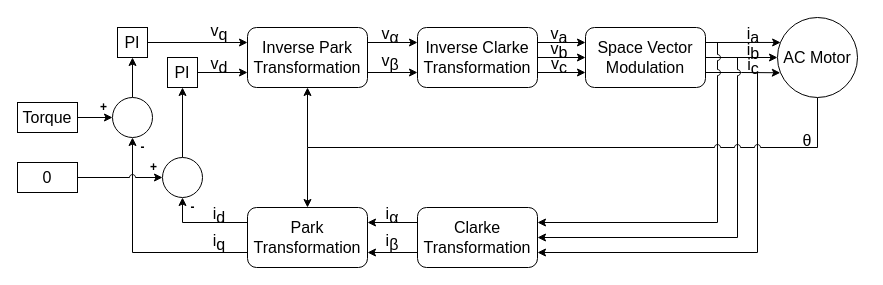
Earlier version of the draw.io diagram Overview/FieldOrientedControl.drawio (SR-Madsen/ElectricGoKart). Source tidied: cells renumbered, new cells numbered last; positions are measured from the earlier drawing's top-left corner, leaving out a move shared by most shapes. Both pictures are drawn from the tidied source at 100%, with x=0, y=0 at pixel (17, 17).
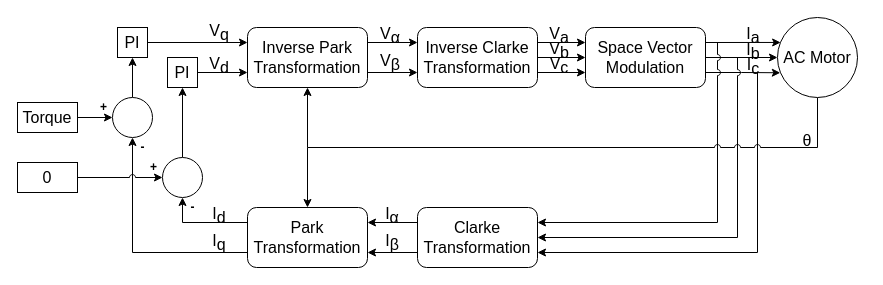
Above is the later version.

Change to the diagram source:
```diff
@@
-    <mxCell id="22" value="v&lt;sub style=&quot;font-size: 16px;&quot;&gt;α&lt;/sub&gt;" style="text;html=1;strokeColor=none;fillColor=none;align=center;verticalAlign=middle;whiteSpace=wrap;rounded=0;fontSize=16;" parent="1" vertex="1">
+    <mxCell id="22" value="V&lt;sub style=&quot;font-size: 16px&quot;&gt;α&lt;/sub&gt;" style="text;html=1;strokeColor=none;fillColor=none;align=center;verticalAlign=middle;whiteSpace=wrap;rounded=0;fontSize=16;" parent="1" vertex="1">
       <mxGeometry x="353" y="13" width="40" height="10" as="geometry" />
     </mxCell>
@@
-    <mxCell id="42" value="v&lt;sub style=&quot;font-size: 16px;&quot;&gt;β&lt;/sub&gt;" style="text;html=1;strokeColor=none;fillColor=none;align=center;verticalAlign=middle;whiteSpace=wrap;rounded=0;fontSize=16;" parent="1" vertex="1">
+    <mxCell id="42" value="V&lt;sub style=&quot;font-size: 16px&quot;&gt;β&lt;/sub&gt;" style="text;html=1;strokeColor=none;fillColor=none;align=center;verticalAlign=middle;whiteSpace=wrap;rounded=0;fontSize=16;" parent="1" vertex="1">
       <mxGeometry x="353" y="40" width="40" height="10" as="geometry" />
     </mxCell>
-    <mxCell id="43" value="v&lt;sub style=&quot;font-size: 16px;&quot;&gt;a&lt;/sub&gt;" style="text;html=1;strokeColor=none;fillColor=none;align=center;verticalAlign=middle;whiteSpace=wrap;rounded=0;fontSize=16;" parent="1" vertex="1">
+    <mxCell id="43" value="V&lt;sub style=&quot;font-size: 16px&quot;&gt;a&lt;/sub&gt;" style="text;html=1;strokeColor=none;fillColor=none;align=center;verticalAlign=middle;whiteSpace=wrap;rounded=0;fontSize=16;" parent="1" vertex="1">
       <mxGeometry x="522" y="13" width="40" height="10" as="geometry" />
     </mxCell>
-    <mxCell id="44" value="v&lt;sub style=&quot;font-size: 16px;&quot;&gt;b&lt;/sub&gt;" style="text;html=1;strokeColor=none;fillColor=none;align=center;verticalAlign=middle;whiteSpace=wrap;rounded=0;fontSize=16;" parent="1" vertex="1">
+    <mxCell id="44" value="V&lt;sub style=&quot;font-size: 16px&quot;&gt;b&lt;/sub&gt;" style="text;html=1;strokeColor=none;fillColor=none;align=center;verticalAlign=middle;whiteSpace=wrap;rounded=0;fontSize=16;" parent="1" vertex="1">
       <mxGeometry x="522" y="28" width="40" height="10" as="geometry" />
     </mxCell>
-    <mxCell id="45" value="v&lt;sub style=&quot;font-size: 16px;&quot;&gt;c&lt;/sub&gt;" style="text;html=1;strokeColor=none;fillColor=none;align=center;verticalAlign=middle;whiteSpace=wrap;rounded=0;fontSize=16;" parent="1" vertex="1">
+    <mxCell id="45" value="V&lt;sub style=&quot;font-size: 16px&quot;&gt;c&lt;/sub&gt;" style="text;html=1;strokeColor=none;fillColor=none;align=center;verticalAlign=middle;whiteSpace=wrap;rounded=0;fontSize=16;" parent="1" vertex="1">
       <mxGeometry x="522" y="43" width="40" height="10" as="geometry" />
     </mxCell>
-    <mxCell id="46" value="v&lt;sub style=&quot;font-size: 16px;&quot;&gt;d&lt;/sub&gt;" style="text;html=1;strokeColor=none;fillColor=none;align=center;verticalAlign=middle;whiteSpace=wrap;rounded=0;fontSize=16;" parent="1" vertex="1">
+    <mxCell id="46" value="V&lt;sub style=&quot;font-size: 16px&quot;&gt;d&lt;/sub&gt;" style="text;html=1;strokeColor=none;fillColor=none;align=center;verticalAlign=middle;whiteSpace=wrap;rounded=0;fontSize=16;" parent="1" vertex="1">
       <mxGeometry x="182" y="43" width="40" height="10" as="geometry" />
     </mxCell>
-    <mxCell id="47" value="v&lt;sub style=&quot;font-size: 16px;&quot;&gt;q&lt;/sub&gt;" style="text;html=1;strokeColor=none;fillColor=none;align=center;verticalAlign=middle;whiteSpace=wrap;rounded=0;fontSize=16;" parent="1" vertex="1">
+    <mxCell id="47" value="V&lt;sub style=&quot;font-size: 16px&quot;&gt;q&lt;/sub&gt;" style="text;html=1;strokeColor=none;fillColor=none;align=center;verticalAlign=middle;whiteSpace=wrap;rounded=0;fontSize=16;" parent="1" vertex="1">
       <mxGeometry x="182" y="10" width="40" height="10" as="geometry" />
     </mxCell>
@@
-    <mxCell id="49" value="i&lt;sub style=&quot;font-size: 16px;&quot;&gt;a&lt;/sub&gt;" style="text;html=1;strokeColor=none;fillColor=none;align=center;verticalAlign=middle;whiteSpace=wrap;rounded=0;fontSize=16;" parent="1" vertex="1">
+    <mxCell id="49" value="I&lt;sub style=&quot;font-size: 16px&quot;&gt;a&lt;/sub&gt;" style="text;html=1;strokeColor=none;fillColor=none;align=center;verticalAlign=middle;whiteSpace=wrap;rounded=0;fontSize=16;" parent="1" vertex="1">
       <mxGeometry x="716" y="13" width="40" height="10" as="geometry" />
     </mxCell>
-    <mxCell id="50" value="i&lt;sub style=&quot;font-size: 16px;&quot;&gt;b&lt;/sub&gt;" style="text;html=1;strokeColor=none;fillColor=none;align=center;verticalAlign=middle;whiteSpace=wrap;rounded=0;fontSize=16;" parent="1" vertex="1">
+    <mxCell id="50" value="I&lt;sub style=&quot;font-size: 16px&quot;&gt;b&lt;/sub&gt;" style="text;html=1;strokeColor=none;fillColor=none;align=center;verticalAlign=middle;whiteSpace=wrap;rounded=0;fontSize=16;" parent="1" vertex="1">
       <mxGeometry x="716" y="29" width="40" height="10" as="geometry" />
     </mxCell>
-    <mxCell id="51" value="i&lt;sub style=&quot;font-size: 16px;&quot;&gt;c&lt;/sub&gt;" style="text;html=1;strokeColor=none;fillColor=none;align=center;verticalAlign=middle;whiteSpace=wrap;rounded=0;fontSize=16;" parent="1" vertex="1">
+    <mxCell id="51" value="I&lt;sub style=&quot;font-size: 16px&quot;&gt;c&lt;/sub&gt;" style="text;html=1;strokeColor=none;fillColor=none;align=center;verticalAlign=middle;whiteSpace=wrap;rounded=0;fontSize=16;" parent="1" vertex="1">
       <mxGeometry x="716" y="44" width="40" height="10" as="geometry" />
     </mxCell>
-    <mxCell id="52" value="i&lt;sub style=&quot;font-size: 16px;&quot;&gt;α&lt;/sub&gt;" style="text;html=1;strokeColor=none;fillColor=none;align=center;verticalAlign=middle;whiteSpace=wrap;rounded=0;fontSize=16;" parent="1" vertex="1">
+    <mxCell id="52" value="I&lt;sub style=&quot;font-size: 16px&quot;&gt;α&lt;/sub&gt;" style="text;html=1;strokeColor=none;fillColor=none;align=center;verticalAlign=middle;whiteSpace=wrap;rounded=0;fontSize=16;" parent="1" vertex="1">
       <mxGeometry x="355" y="193" width="40" height="10" as="geometry" />
     </mxCell>
-    <mxCell id="53" value="i&lt;sub style=&quot;font-size: 16px;&quot;&gt;β&lt;/sub&gt;" style="text;html=1;strokeColor=none;fillColor=none;align=center;verticalAlign=middle;whiteSpace=wrap;rounded=0;fontSize=16;" parent="1" vertex="1">
+    <mxCell id="53" value="I&lt;sub style=&quot;font-size: 16px&quot;&gt;β&lt;/sub&gt;" style="text;html=1;strokeColor=none;fillColor=none;align=center;verticalAlign=middle;whiteSpace=wrap;rounded=0;fontSize=16;" parent="1" vertex="1">
       <mxGeometry x="355" y="220" width="40" height="10" as="geometry" />
     </mxCell>
-    <mxCell id="54" value="i&lt;sub style=&quot;font-size: 16px;&quot;&gt;d&lt;/sub&gt;" style="text;html=1;strokeColor=none;fillColor=none;align=center;verticalAlign=middle;whiteSpace=wrap;rounded=0;fontSize=16;" parent="1" vertex="1">
+    <mxCell id="54" value="I&lt;sub style=&quot;font-size: 16px&quot;&gt;d&lt;/sub&gt;" style="text;html=1;strokeColor=none;fillColor=none;align=center;verticalAlign=middle;whiteSpace=wrap;rounded=0;fontSize=16;" parent="1" vertex="1">
       <mxGeometry x="182" y="193" width="40" height="10" as="geometry" />
     </mxCell>
-    <mxCell id="55" value="i&lt;sub style=&quot;font-size: 16px;&quot;&gt;q&lt;/sub&gt;" style="text;html=1;strokeColor=none;fillColor=none;align=center;verticalAlign=middle;whiteSpace=wrap;rounded=0;fontSize=16;" parent="1" vertex="1">
+    <mxCell id="55" value="I&lt;sub style=&quot;font-size: 16px&quot;&gt;q&lt;/sub&gt;" style="text;html=1;strokeColor=none;fillColor=none;align=center;verticalAlign=middle;whiteSpace=wrap;rounded=0;fontSize=16;" parent="1" vertex="1">
       <mxGeometry x="182" y="220" width="40" height="10" as="geometry" />
     </mxCell>
```
